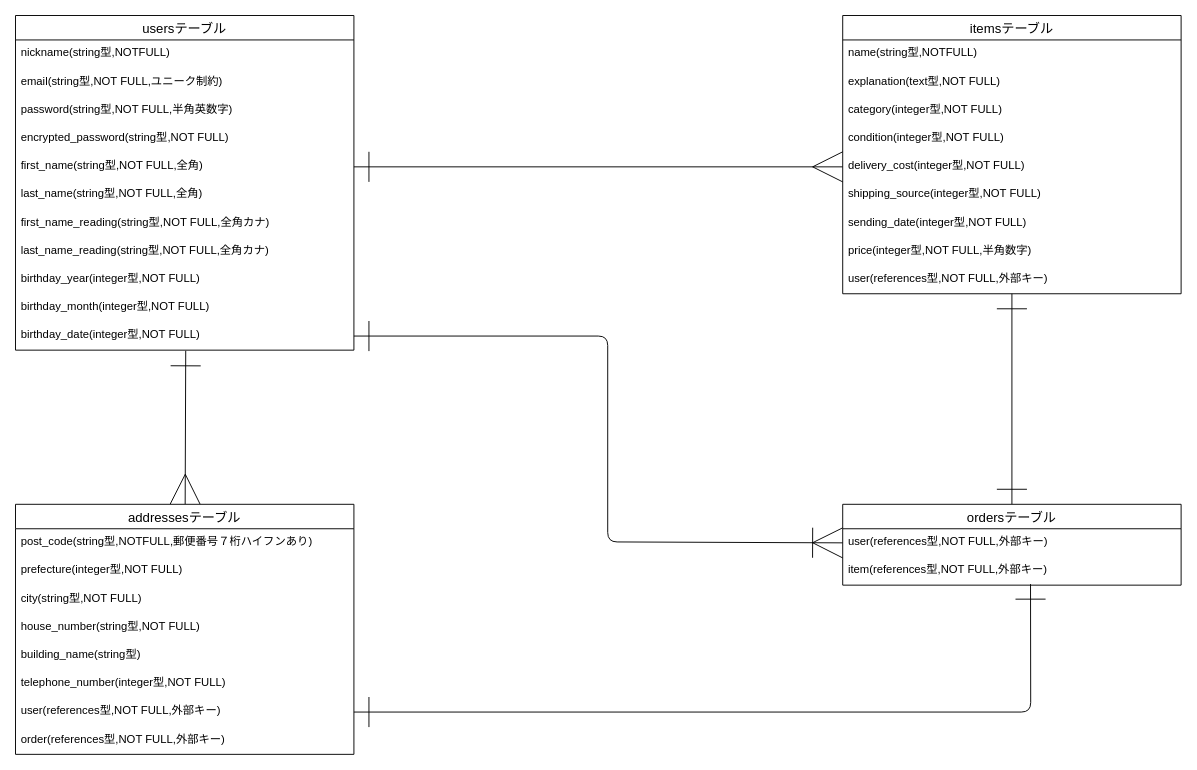
rfitstatsuya/furima-39782 keeps this draw.io diagram as furima.dio. Above is the earlier version. Source tidied: cells renumbered, new cells numbered last; positions are measured from the earlier drawing's top-left corner, leaving out a move shared by most shapes. Both pictures are drawn from the tidied source at 94%, with x=0, y=0 at pixel (15, 15).
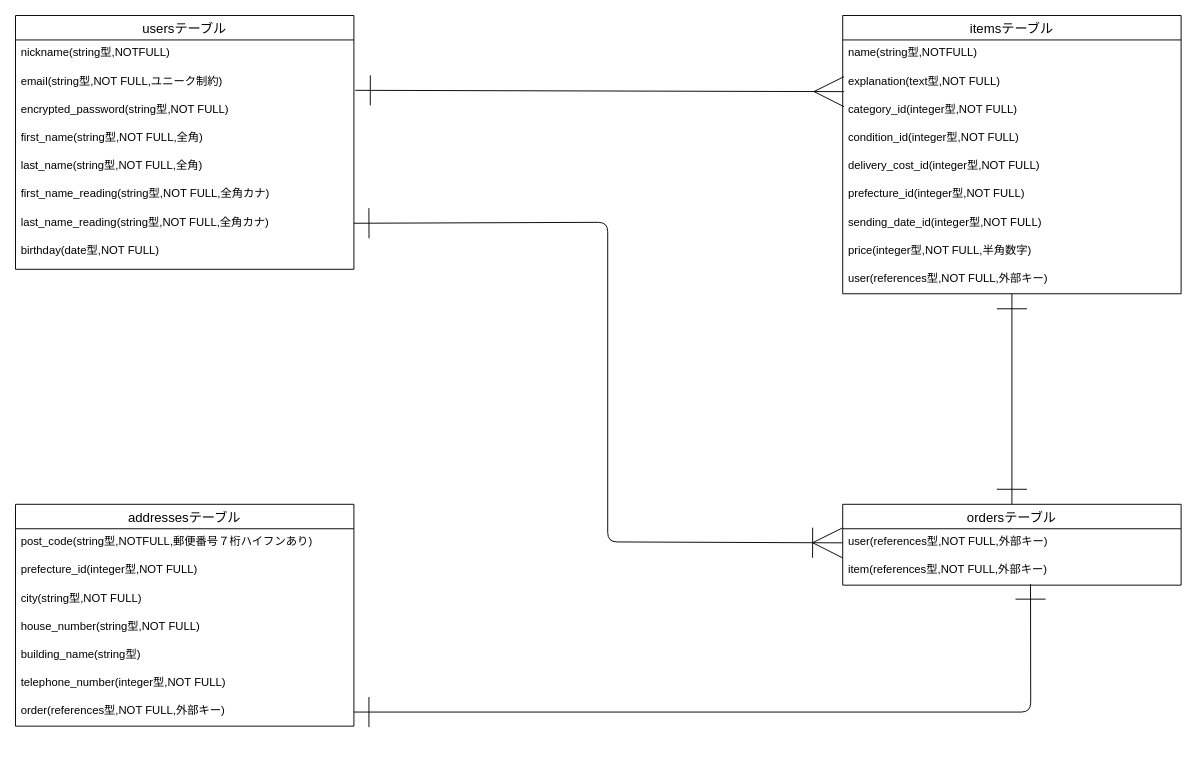
Above is the later version.

Unchanged cells that the change refers to:
```xml
<mxCell id="14" value="itemsテーブル" style="swimlane;fontStyle=0;horizontal=1;startSize=26;align=center;fontSize=14;" parent="1" vertex="1">
  <mxGeometry x="880" width="360" height="296" as="geometry" />
</mxCell>
<mxCell id="37" value="user(references型,NOT FULL,外部キー)" style="text;strokeColor=none;fillColor=none;spacingLeft=4;spacingRight=4;overflow=hidden;points=[[0,0.5],[1,0.5]];portConstraint=eastwest;fontSize=12;" parent="36" vertex="1">
  <mxGeometry y="26" width="360" height="30" as="geometry" />
</mxCell>
<mxCell id="38" value="item(references型,NOT FULL,外部キー)" style="text;strokeColor=none;fillColor=none;spacingLeft=4;spacingRight=4;overflow=hidden;points=[[0,0.5],[1,0.5]];portConstraint=eastwest;fontSize=12;" parent="36" vertex="1">
  <mxGeometry y="56" width="360" height="30" as="geometry" />
</mxCell>
```

Diff of the diagram source:
```diff
@@
     <mxCell id="2" value="usersテーブル" style="swimlane;fontStyle=0;horizontal=1;startSize=26;align=center;fontSize=14;" parent="1" vertex="1">
-      <mxGeometry width="360" height="356" as="geometry" />
+      <mxGeometry width="360" height="270" as="geometry" />
     </mxCell>
@@
-    <mxCell id="5" value="password(string型,NOT FULL,半角英数字)" style="text;strokeColor=none;fillColor=none;spacingLeft=4;spacingRight=4;overflow=hidden;fontSize=12;" parent="2" vertex="1">
-      <mxGeometry y="86" width="360" height="30" as="geometry" />
-    </mxCell>
     <mxCell id="6" value="encrypted_password(string型,NOT FULL)" style="text;strokeColor=none;fillColor=none;spacingLeft=4;spacingRight=4;overflow=hidden;points=[[0,0.5],[1,0.5]];portConstraint=eastwest;fontSize=12;" parent="2" vertex="1">
-      <mxGeometry y="116" width="360" height="30" as="geometry" />
+      <mxGeometry y="86" width="360" height="30" as="geometry" />
     </mxCell>
     <mxCell id="7" value="first_name(string型,NOT FULL,全角)" style="text;strokeColor=none;fillColor=none;spacingLeft=4;spacingRight=4;overflow=hidden;points=[[0,0.5],[1,0.5]];portConstraint=eastwest;fontSize=12;" parent="2" vertex="1">
-      <mxGeometry y="146" width="360" height="30" as="geometry" />
+      <mxGeometry y="116" width="360" height="30" as="geometry" />
     </mxCell>
     <mxCell id="8" value="last_name(string型,NOT FULL,全角)" style="text;strokeColor=none;fillColor=none;spacingLeft=4;spacingRight=4;overflow=hidden;fontSize=12;" parent="2" vertex="1">
-      <mxGeometry y="176" width="360" height="30" as="geometry" />
+      <mxGeometry y="146" width="360" height="30" as="geometry" />
     </mxCell>
     <mxCell id="9" value="first_name_reading(string型,NOT FULL,全角カナ)" style="text;strokeColor=none;fillColor=none;spacingLeft=4;spacingRight=4;overflow=hidden;fontSize=12;" parent="2" vertex="1">
-      <mxGeometry y="206" width="360" height="30" as="geometry" />
+      <mxGeometry y="176" width="360" height="30" as="geometry" />
     </mxCell>
     <mxCell id="10" value="last_name_reading(string型,NOT FULL,全角カナ)" style="text;strokeColor=none;fillColor=none;spacingLeft=4;spacingRight=4;overflow=hidden;points=[[0,0.5],[1,0.5]];portConstraint=eastwest;fontSize=12;" parent="2" vertex="1">
-      <mxGeometry y="236" width="360" height="30" as="geometry" />
+      <mxGeometry y="206" width="360" height="30" as="geometry" />
     </mxCell>
-    <mxCell id="11" value="birthday_year(integer型,NOT FULL)" style="text;strokeColor=none;fillColor=none;spacingLeft=4;spacingRight=4;overflow=hidden;fontSize=12;" parent="2" vertex="1">
-      <mxGeometry y="266" width="360" height="30" as="geometry" />
+    <mxCell id="11" value="birthday(date型,NOT FULL)" style="text;strokeColor=none;fillColor=none;spacingLeft=4;spacingRight=4;overflow=hidden;fontSize=12;" parent="2" vertex="1">
+      <mxGeometry y="236" width="360" height="34" as="geometry" />
     </mxCell>
-    <mxCell id="12" value="birthday_month(integer型,NOT FULL)" style="text;strokeColor=none;fillColor=none;spacingLeft=4;spacingRight=4;overflow=hidden;fontSize=12;" parent="2" vertex="1">
-      <mxGeometry y="296" width="360" height="30" as="geometry" />
-    </mxCell>
-    <mxCell id="13" value="birthday_date(integer型,NOT FULL)    " style="text;strokeColor=none;fillColor=none;spacingLeft=4;spacingRight=4;overflow=hidden;points=[[0,0.5],[1,0.5]];portConstraint=eastwest;fontSize=12;" parent="2" vertex="1">
-      <mxGeometry y="326" width="360" height="30" as="geometry" />
-    </mxCell>
@@
-    <mxCell id="17" value="category(integer型,NOT FULL)" style="text;strokeColor=none;fillColor=none;spacingLeft=4;spacingRight=4;overflow=hidden;points=[[0,0.5],[1,0.5]];portConstraint=eastwest;fontSize=12;" parent="14" vertex="1">
+    <mxCell id="17" value="category_id(integer型,NOT FULL)" style="text;strokeColor=none;fillColor=none;spacingLeft=4;spacingRight=4;overflow=hidden;points=[[0,0.5],[1,0.5]];portConstraint=eastwest;fontSize=12;" parent="14" vertex="1">
       <mxGeometry y="86" width="360" height="30" as="geometry" />
     </mxCell>
-    <mxCell id="18" value="condition(integer型,NOT FULL)" style="text;strokeColor=none;fillColor=none;spacingLeft=4;spacingRight=4;overflow=hidden;fontSize=12;" parent="14" vertex="1">
+    <mxCell id="18" value="condition_id(integer型,NOT FULL)" style="text;strokeColor=none;fillColor=none;spacingLeft=4;spacingRight=4;overflow=hidden;fontSize=12;" parent="14" vertex="1">
       <mxGeometry y="116" width="360" height="30" as="geometry" />
     </mxCell>
-    <mxCell id="19" value="delivery_cost(integer型,NOT FULL)" style="text;strokeColor=none;fillColor=none;spacingLeft=4;spacingRight=4;overflow=hidden;points=[[0,0.5],[1,0.5]];portConstraint=eastwest;fontSize=12;" parent="14" vertex="1">
+    <mxCell id="19" value="delivery_cost_id(integer型,NOT FULL)" style="text;strokeColor=none;fillColor=none;spacingLeft=4;spacingRight=4;overflow=hidden;points=[[0,0.5],[1,0.5]];portConstraint=eastwest;fontSize=12;" parent="14" vertex="1">
       <mxGeometry y="146" width="360" height="30" as="geometry" />
     </mxCell>
-    <mxCell id="20" value="shipping_source(integer型,NOT FULL)" style="text;strokeColor=none;fillColor=none;spacingLeft=4;spacingRight=4;overflow=hidden;fontSize=12;" parent="14" vertex="1">
+    <mxCell id="20" value="prefecture_id(integer型,NOT FULL)" style="text;strokeColor=none;fillColor=none;spacingLeft=4;spacingRight=4;overflow=hidden;fontSize=12;" parent="14" vertex="1">
       <mxGeometry y="176" width="360" height="30" as="geometry" />
     </mxCell>
-    <mxCell id="21" value="sending_date(integer型,NOT FULL)" style="text;strokeColor=none;fillColor=none;spacingLeft=4;spacingRight=4;overflow=hidden;fontSize=12;" parent="14" vertex="1">
+    <mxCell id="21" value="sending_date_id(integer型,NOT FULL)" style="text;strokeColor=none;fillColor=none;spacingLeft=4;spacingRight=4;overflow=hidden;fontSize=12;" parent="14" vertex="1">
       <mxGeometry y="206" width="360" height="30" as="geometry" />
     </mxCell>
@@
-    <mxCell id="24" style="edgeStyle=none;html=1;entryX=0.503;entryY=1.022;entryDx=0;entryDy=0;entryPerimeter=0;startArrow=ERmany;startFill=0;endArrow=ERone;endFill=0;startSize=30;endSize=30;targetPerimeterSpacing=0;" parent="1" edge="1" source="25" target="13">
-      <mxGeometry relative="1" as="geometry" />
-    </mxCell>
     <mxCell id="25" value="addressesテーブル" style="swimlane;fontStyle=0;horizontal=1;startSize=26;align=center;fontSize=14;" parent="1" vertex="1">
-      <mxGeometry y="520" width="360" height="266" as="geometry" />
+      <mxGeometry y="520" width="360" height="236" as="geometry" />
     </mxCell>
@@
-    <mxCell id="27" value="prefecture(integer型,NOT FULL)" style="text;strokeColor=none;fillColor=none;spacingLeft=4;spacingRight=4;overflow=hidden;fontSize=12;" parent="25" vertex="1">
+    <mxCell id="27" value="prefecture_id(integer型,NOT FULL)" style="text;strokeColor=none;fillColor=none;spacingLeft=4;spacingRight=4;overflow=hidden;fontSize=12;" parent="25" vertex="1">
       <mxGeometry y="56" width="360" height="30" as="geometry" />
     </mxCell>
@@
-    <mxCell id="32" value="user(references型,NOT FULL,外部キー)" style="text;strokeColor=none;fillColor=none;spacingLeft=4;spacingRight=4;overflow=hidden;points=[[0,0.5],[1,0.5]];portConstraint=eastwest;fontSize=12;" parent="25" vertex="1">
-      <mxGeometry y="206" width="360" height="30" as="geometry" />
-    </mxCell>
     <mxCell id="33" value="order(references型,NOT FULL,外部キー)" style="text;strokeColor=none;fillColor=none;spacingLeft=4;spacingRight=4;overflow=hidden;fontSize=12;" parent="25" vertex="1">
-      <mxGeometry y="236" width="360" height="30" as="geometry" />
+      <mxGeometry y="206" width="360" height="30" as="geometry" />
     </mxCell>
-    <mxCell id="34" style="edgeStyle=none;html=1;exitX=1;exitY=0.5;exitDx=0;exitDy=0;startArrow=ERone;startFill=0;endArrow=ERmany;endFill=0;entryX=0;entryY=0.5;entryDx=0;entryDy=0;targetPerimeterSpacing=0;endSize=30;startSize=30;" parent="1" edge="1" source="7" target="19">
+    <mxCell id="34" style="edgeStyle=none;html=1;exitX=1.004;exitY=-0.214;exitDx=0;exitDy=0;startArrow=ERone;startFill=0;endArrow=ERmany;endFill=0;targetPerimeterSpacing=0;endSize=30;startSize=30;exitPerimeter=0;entryX=0.004;entryY=-0.167;entryDx=0;entryDy=0;entryPerimeter=0;" parent="1" edge="1" source="6" target="17">
       <mxGeometry relative="1" as="geometry" />
     </mxCell>
@@
-    <mxCell id="39" style="edgeStyle=none;html=1;exitX=1;exitY=0.5;exitDx=0;exitDy=0;entryX=0;entryY=0.5;entryDx=0;entryDy=0;startArrow=ERone;startFill=0;endArrow=ERoneToMany;endFill=0;startSize=30;endSize=30;targetPerimeterSpacing=0;" parent="1" edge="1" source="13" target="37">
+    <mxCell id="39" style="edgeStyle=none;html=1;exitX=1;exitY=0.5;exitDx=0;exitDy=0;entryX=0;entryY=0.5;entryDx=0;entryDy=0;startArrow=ERone;startFill=0;endArrow=ERoneToMany;endFill=0;startSize=30;endSize=30;targetPerimeterSpacing=0;" parent="1" edge="1" source="10" target="37">
       <mxGeometry relative="1" as="geometry">
         <Array as="points">
-          <mxPoint x="630" y="341" />
+          <mxPoint x="630" y="220" />
           <mxPoint x="630" y="560" />
         </Array>
       </mxGeometry>
     </mxCell>
-    <mxCell id="40" style="edgeStyle=none;html=1;exitX=1;exitY=0.5;exitDx=0;exitDy=0;entryX=0.555;entryY=0.963;entryDx=0;entryDy=0;entryPerimeter=0;startArrow=ERone;startFill=0;endArrow=ERone;endFill=0;startSize=30;endSize=30;targetPerimeterSpacing=0;" parent="1" edge="1" source="32" target="38">
+    <mxCell id="40" style="edgeStyle=none;html=1;exitX=1;exitY=0.5;exitDx=0;exitDy=0;entryX=0.555;entryY=0.963;entryDx=0;entryDy=0;entryPerimeter=0;startArrow=ERone;startFill=0;endArrow=ERone;endFill=0;startSize=30;endSize=30;targetPerimeterSpacing=0;" parent="1" edge="1" target="38">
       <mxGeometry relative="1" as="geometry">
+        <mxPoint x="360" y="741" as="sourcePoint" />
         <Array as="points">
           <mxPoint x="1080" y="741" />
         </Array>
       </mxGeometry>
     </mxCell>
```
